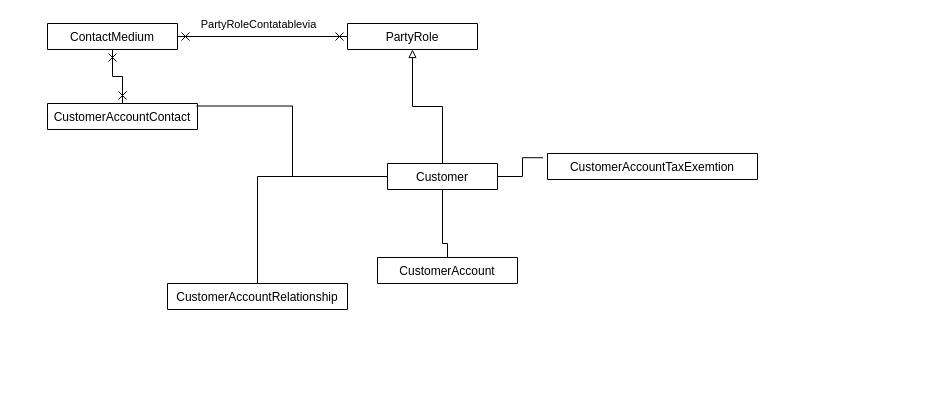
Earlier version of the draw.io diagram page "Page-3" (3 of 3) of diagramas/Untitled Diagram.drawio (joxpg/TouresBalon). Source tidied: cells renumbered, new cells numbered last; positions are measured from the earlier drawing's top-left corner, leaving out a move shared by most shapes. Both pictures are drawn from the tidied source at 100%, with x=0, y=0 at pixel (47, 23).
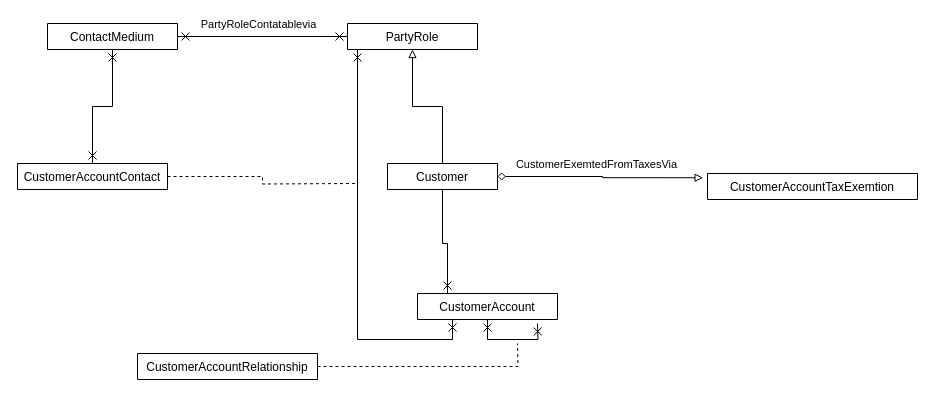
Above is the later version.

Unchanged cells that the change refers to:
```xml
<mxCell id="6" value="Customer" style="swimlane;fontStyle=0;horizontal=1;startSize=26;fillColor=none;" parent="1" vertex="1" collapsed="1">
  <mxGeometry x="340" y="140" width="110" height="26" as="geometry" />
</mxCell>
<mxCell id="14" value="PartyRole" style="swimlane;fontStyle=0;horizontal=1;startSize=26;fillColor=none;" parent="1" vertex="1" collapsed="1">
  <mxGeometry x="300" width="130" height="26" as="geometry" />
</mxCell>
```

Diff of the diagram source:
```diff
@@
-    <mxCell id="2" style="edgeStyle=orthogonalEdgeStyle;rounded=0;jettySize=auto;html=1;entryX=0.993;entryY=0.096;entryDx=0;entryDy=0;entryPerimeter=0;endArrow=none;endFill=0;" parent="1" edge="1" source="6" target="10">
-      <mxGeometry relative="1" as="geometry" />
-    </mxCell>
-    <mxCell id="3" style="edgeStyle=orthogonalEdgeStyle;rounded=0;jettySize=auto;html=1;endArrow=none;endFill=0;" parent="1" edge="1" source="6" target="8">
+    <mxCell id="3" style="edgeStyle=orthogonalEdgeStyle;rounded=0;jettySize=auto;html=1;endArrow=cross;endFill=0;startArrow=none;startFill=0;" parent="1" edge="1" source="6" target="8">
       <mxGeometry relative="1" as="geometry">
         <Array as="points">
           <mxPoint x="395" y="220" />
           <mxPoint x="400" y="220" />
         </Array>
       </mxGeometry>
     </mxCell>
-    <mxCell id="4" style="edgeStyle=orthogonalEdgeStyle;rounded=0;jettySize=auto;html=1;endArrow=none;endFill=0;" parent="1" edge="1" source="6" target="9">
-      <mxGeometry relative="1" as="geometry" />
-    </mxCell>
@@
     <mxCell id="7" value="CustomerAccountTaxExemtion" style="swimlane;fontStyle=0;horizontal=1;startSize=26;fillColor=none;" parent="1" vertex="1" collapsed="1">
-      <mxGeometry x="500" y="130" width="210" height="26" as="geometry" />
+      <mxGeometry x="660" y="150" width="210" height="26" as="geometry" />
     </mxCell>
+    <mxCell id="17" style="edgeStyle=orthogonalEdgeStyle;rounded=0;jettySize=auto;html=1;startArrow=cross;startFill=0;endArrow=cross;endFill=0;" parent="1" edge="1" source="8">
+      <mxGeometry relative="1" as="geometry">
+        <mxPoint x="490" y="300" as="targetPoint" />
+      </mxGeometry>
+    </mxCell>
     <mxCell id="8" value="CustomerAccount" style="swimlane;fontStyle=0;horizontal=1;startSize=26;fillColor=none;" parent="1" vertex="1" collapsed="1">
-      <mxGeometry x="330" y="234" width="140" height="26" as="geometry" />
+      <mxGeometry x="370" y="270" width="140" height="26" as="geometry" />
     </mxCell>
+    <mxCell id="18" style="edgeStyle=orthogonalEdgeStyle;rounded=0;jettySize=auto;html=1;startArrow=none;startFill=0;endArrow=none;endFill=0;dashed=1;" parent="1" edge="1" source="9">
+      <mxGeometry relative="1" as="geometry">
+        <mxPoint x="470" y="320" as="targetPoint" />
+      </mxGeometry>
+    </mxCell>
     <mxCell id="9" value="CustomerAccountRelationship" style="swimlane;fontStyle=0;horizontal=1;startSize=26;fillColor=none;" parent="1" vertex="1" collapsed="1">
-      <mxGeometry x="120" y="260" width="180" height="26" as="geometry" />
+      <mxGeometry x="90" y="330" width="180" height="26" as="geometry" />
     </mxCell>
+    <mxCell id="19" style="edgeStyle=orthogonalEdgeStyle;rounded=0;jettySize=auto;html=1;startArrow=none;startFill=0;endArrow=none;endFill=0;dashed=1;" parent="1" edge="1" source="10">
+      <mxGeometry relative="1" as="geometry">
+        <mxPoint x="310" y="160" as="targetPoint" />
+      </mxGeometry>
+    </mxCell>
     <mxCell id="10" value="CustomerAccountContact" style="swimlane;fontStyle=0;horizontal=1;startSize=26;fillColor=none;" parent="1" vertex="1" collapsed="1">
-      <mxGeometry y="80" width="150" height="26" as="geometry" />
+      <mxGeometry x="-30" y="140" width="150" height="26" as="geometry" />
     </mxCell>
-    <mxCell id="11" style="edgeStyle=orthogonalEdgeStyle;rounded=0;jettySize=auto;html=1;entryX=-0.021;entryY=0.163;entryDx=0;entryDy=0;entryPerimeter=0;endArrow=none;endFill=0;" parent="1" edge="1" source="6" target="7">
+    <mxCell id="11" style="edgeStyle=orthogonalEdgeStyle;rounded=0;jettySize=auto;html=1;entryX=-0.021;entryY=0.163;entryDx=0;entryDy=0;entryPerimeter=0;endArrow=block;endFill=0;startArrow=diamond;startFill=0;" parent="1" edge="1" source="6" target="7">
       <mxGeometry relative="1" as="geometry" />
     </mxCell>
+    <mxCell id="20" value="CustomerExemtedFromTaxesVia" style="edgeLabel;html=1;align=center;verticalAlign=middle;" parent="11" vertex="1">
+      <mxGeometry x="-0.05" y="1" relative="1" as="geometry">
+        <mxPoint y="-12" as="offset" />
+      </mxGeometry>
+    </mxCell>
@@
+    <mxCell id="21" style="edgeStyle=orthogonalEdgeStyle;rounded=0;jettySize=auto;html=1;entryX=0.25;entryY=1;entryDx=0;entryDy=0;startArrow=cross;startFill=0;endArrow=cross;endFill=0;" parent="1" edge="1" source="14" target="8">
+      <mxGeometry relative="1" as="geometry">
+        <Array as="points">
+          <mxPoint x="310" y="316" />
+          <mxPoint x="405" y="316" />
+        </Array>
+      </mxGeometry>
+    </mxCell>
```
